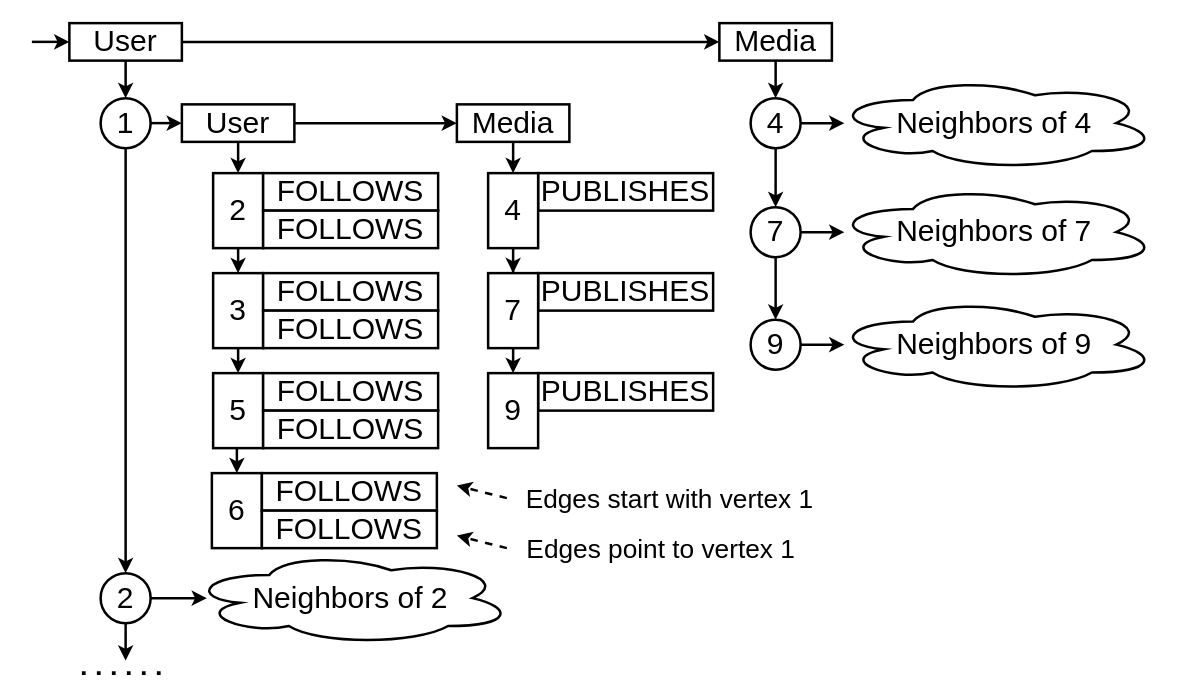
Earlier version of the draw.io diagram img/data_example.drawio (E-Neo/opgm-paper). Source tidied: cells renumbered, new cells numbered last; positions are measured from the earlier drawing's top-left corner, leaving out a move shared by most shapes. Both pictures are drawn from the tidied source at 125%, with x=0, y=0 at pixel (31, 22).
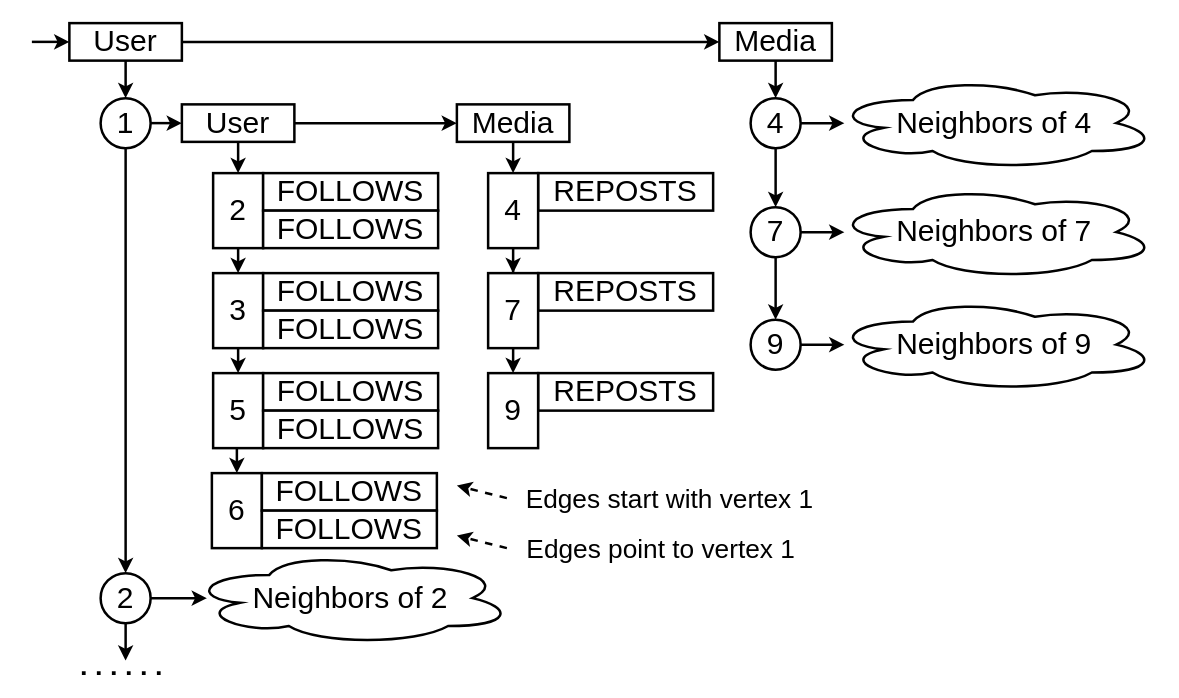
The same page after the edit.

What changed in the source:
```diff
@@
-    <mxCell id="4" value="&lt;font style=&quot;font-size: 24px&quot;&gt;PUBLISHES&lt;br&gt;&lt;/font&gt;" style="rounded=0;whiteSpace=wrap;html=1;strokeWidth=2;" parent="1" vertex="1">
+    <mxCell id="4" value="&lt;font style=&quot;font-size: 24px&quot;&gt;REPOSTS&lt;br&gt;&lt;/font&gt;" style="rounded=0;whiteSpace=wrap;html=1;strokeWidth=2;" parent="1" vertex="1">
       <mxGeometry x="405" y="120" width="140" height="30" as="geometry" />
     </mxCell>
@@
-    <mxCell id="37" value="&lt;font style=&quot;font-size: 24px&quot;&gt;PUBLISHES&lt;br&gt;&lt;/font&gt;" style="rounded=0;whiteSpace=wrap;html=1;strokeWidth=2;" parent="1" vertex="1">
+    <mxCell id="37" value="&lt;font style=&quot;font-size: 24px&quot;&gt;REPOSTS&lt;br&gt;&lt;/font&gt;" style="rounded=0;whiteSpace=wrap;html=1;strokeWidth=2;" parent="1" vertex="1">
       <mxGeometry x="405" y="200" width="140" height="30" as="geometry" />
     </mxCell>
@@
-    <mxCell id="40" value="&lt;font style=&quot;font-size: 24px&quot;&gt;PUBLISHES&lt;br&gt;&lt;/font&gt;" style="rounded=0;whiteSpace=wrap;html=1;strokeWidth=2;" parent="1" vertex="1">
+    <mxCell id="40" value="&lt;font style=&quot;font-size: 24px&quot;&gt;REPOSTS&lt;br&gt;&lt;/font&gt;" style="rounded=0;whiteSpace=wrap;html=1;strokeWidth=2;" parent="1" vertex="1">
       <mxGeometry x="405" y="280" width="140" height="30" as="geometry" />
     </mxCell>
```
